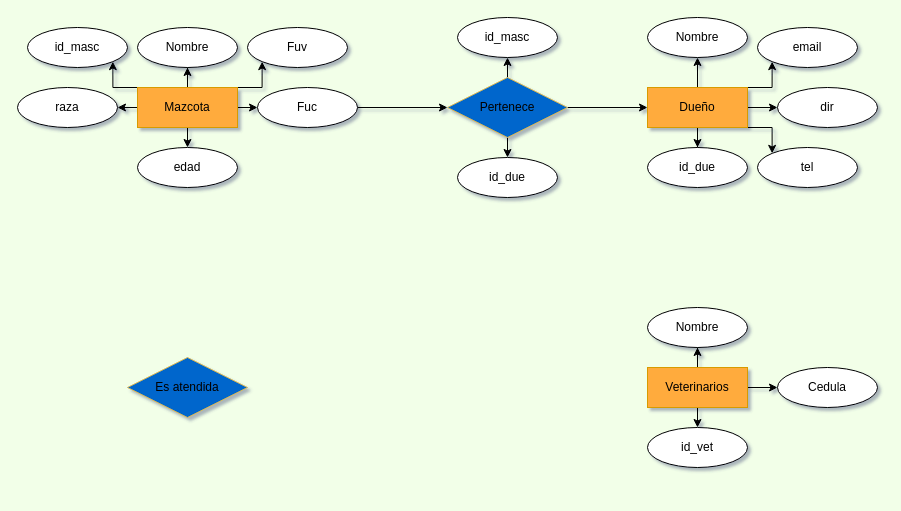
Before: Veterinaria.drawio in SeRaTo12/SeRaTo12, a draw.io diagram. Source tidied: cells renumbered, new cells numbered last; positions are measured from the earlier drawing's top-left corner, leaving out a move shared by most shapes. Both pictures are drawn from the tidied source at 100%, with x=0, y=0 at pixel (17, 17).
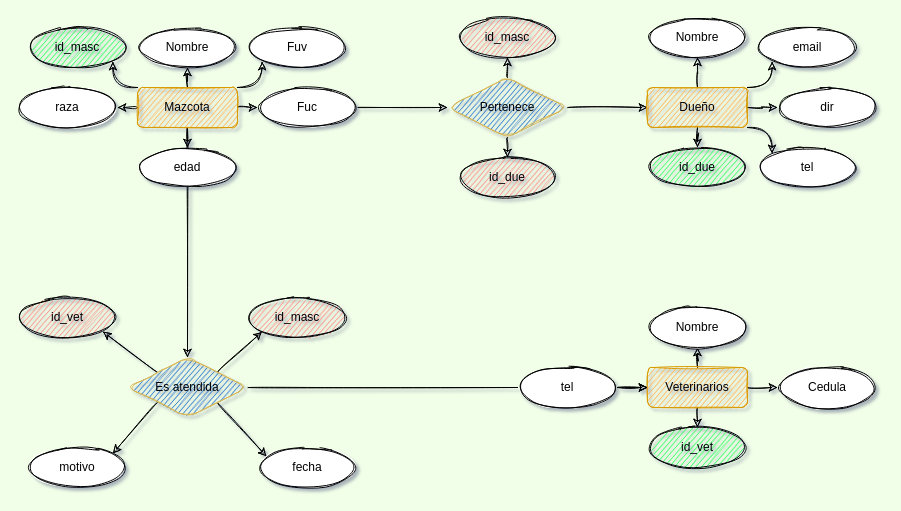
The same page after the edit.

The edit, as a diff of the source:
```diff
@@
-    <mxCell id="2" style="edgeStyle=orthogonalEdgeStyle;rounded=0;jettySize=auto;html=1;exitX=0.5;exitY=0;exitDx=0;exitDy=0;" parent="1" edge="1" source="8" target="12">
+    <mxCell id="2" style="edgeStyle=orthogonalEdgeStyle;rounded=1;jettySize=auto;html=1;exitX=0.5;exitY=0;exitDx=0;exitDy=0;sketch=1;curved=1;" parent="1" edge="1" source="8" target="12">
       <mxGeometry relative="1" as="geometry" />
     </mxCell>
-    <mxCell id="3" style="edgeStyle=orthogonalEdgeStyle;rounded=0;jettySize=auto;html=1;exitX=0;exitY=0;exitDx=0;exitDy=0;entryX=1;entryY=1;entryDx=0;entryDy=0;" parent="1" edge="1" source="8" target="9">
+    <mxCell id="3" style="edgeStyle=orthogonalEdgeStyle;rounded=1;jettySize=auto;html=1;exitX=0;exitY=0;exitDx=0;exitDy=0;entryX=1;entryY=1;entryDx=0;entryDy=0;sketch=1;curved=1;" parent="1" edge="1" source="8" target="9">
       <mxGeometry relative="1" as="geometry" />
     </mxCell>
-    <mxCell id="4" style="edgeStyle=orthogonalEdgeStyle;rounded=0;jettySize=auto;html=1;exitX=0;exitY=0.5;exitDx=0;exitDy=0;entryX=1;entryY=0.5;entryDx=0;entryDy=0;" parent="1" edge="1" source="8" target="10">
+    <mxCell id="4" style="edgeStyle=orthogonalEdgeStyle;rounded=1;jettySize=auto;html=1;exitX=0;exitY=0.5;exitDx=0;exitDy=0;entryX=1;entryY=0.5;entryDx=0;entryDy=0;sketch=1;curved=1;" parent="1" edge="1" source="8" target="10">
       <mxGeometry relative="1" as="geometry" />
     </mxCell>
-    <mxCell id="5" style="edgeStyle=orthogonalEdgeStyle;rounded=0;jettySize=auto;html=1;exitX=1;exitY=0.5;exitDx=0;exitDy=0;entryX=0;entryY=0.5;entryDx=0;entryDy=0;" parent="1" edge="1" source="8" target="15">
+    <mxCell id="5" style="edgeStyle=orthogonalEdgeStyle;rounded=1;jettySize=auto;html=1;exitX=1;exitY=0.5;exitDx=0;exitDy=0;entryX=0;entryY=0.5;entryDx=0;entryDy=0;sketch=1;curved=1;" parent="1" edge="1" source="8" target="15">
       <mxGeometry relative="1" as="geometry" />
     </mxCell>
-    <mxCell id="6" style="edgeStyle=orthogonalEdgeStyle;rounded=0;jettySize=auto;html=1;exitX=1;exitY=0;exitDx=0;exitDy=0;entryX=0;entryY=1;entryDx=0;entryDy=0;" parent="1" edge="1" source="8" target="13">
+    <mxCell id="6" style="edgeStyle=orthogonalEdgeStyle;rounded=1;jettySize=auto;html=1;exitX=1;exitY=0;exitDx=0;exitDy=0;entryX=0;entryY=1;entryDx=0;entryDy=0;sketch=1;curved=1;" parent="1" edge="1" source="8" target="13">
       <mxGeometry relative="1" as="geometry" />
     </mxCell>
-    <mxCell id="7" style="edgeStyle=orthogonalEdgeStyle;rounded=0;jettySize=auto;html=1;exitX=0.5;exitY=1;exitDx=0;exitDy=0;entryX=0.5;entryY=0;entryDx=0;entryDy=0;" parent="1" edge="1" source="8" target="11">
+    <mxCell id="7" style="edgeStyle=orthogonalEdgeStyle;rounded=1;jettySize=auto;html=1;exitX=0.5;exitY=1;exitDx=0;exitDy=0;entryX=0.5;entryY=0;entryDx=0;entryDy=0;sketch=1;curved=1;" parent="1" edge="1" source="8" target="11">
       <mxGeometry relative="1" as="geometry" />
     </mxCell>
+    <mxCell id="41" style="edgeStyle=none;rounded=1;jettySize=auto;html=1;exitX=0.5;exitY=1;exitDx=0;exitDy=0;sketch=1;curved=1;" parent="1" edge="1" source="8" target="40">
+      <mxGeometry relative="1" as="geometry" />
+    </mxCell>
-    <mxCell id="8" value="Mazcota" style="whiteSpace=wrap;html=1;align=center;fillColor=#FFAB3D;strokeColor=#d79b00;" parent="1" vertex="1">
+    <mxCell id="8" value="Mazcota" style="whiteSpace=wrap;html=1;align=center;fillColor=#FFAB3D;strokeColor=#d79b00;sketch=1;rounded=1;" parent="1" vertex="1">
       <mxGeometry x="120" y="70" width="100" height="40" as="geometry" />
     </mxCell>
-    <mxCell id="9" value="id_masc" style="ellipse;whiteSpace=wrap;html=1;align=center;" parent="1" vertex="1">
+    <mxCell id="9" value="id_masc" style="ellipse;whiteSpace=wrap;html=1;align=center;sketch=1;rounded=1;fillColor=#12FF51;" parent="1" vertex="1">
       <mxGeometry x="10" y="10" width="100" height="40" as="geometry" />
     </mxCell>
-    <mxCell id="10" value="raza" style="ellipse;whiteSpace=wrap;html=1;align=center;" parent="1" vertex="1">
+    <mxCell id="10" value="raza" style="ellipse;whiteSpace=wrap;html=1;align=center;sketch=1;rounded=1;" parent="1" vertex="1">
       <mxGeometry y="70" width="100" height="40" as="geometry" />
     </mxCell>
-    <mxCell id="11" value="edad" style="ellipse;whiteSpace=wrap;html=1;align=center;" parent="1" vertex="1">
+    <mxCell id="11" value="edad" style="ellipse;whiteSpace=wrap;html=1;align=center;sketch=1;rounded=1;" parent="1" vertex="1">
       <mxGeometry x="120" y="130" width="100" height="40" as="geometry" />
     </mxCell>
-    <mxCell id="12" value="Nombre" style="ellipse;whiteSpace=wrap;html=1;align=center;" parent="1" vertex="1">
+    <mxCell id="12" value="Nombre" style="ellipse;whiteSpace=wrap;html=1;align=center;sketch=1;rounded=1;" parent="1" vertex="1">
       <mxGeometry x="120" y="10" width="100" height="40" as="geometry" />
     </mxCell>
-    <mxCell id="13" value="Fuv" style="ellipse;whiteSpace=wrap;html=1;align=center;" parent="1" vertex="1">
+    <mxCell id="13" value="Fuv" style="ellipse;whiteSpace=wrap;html=1;align=center;sketch=1;rounded=1;" parent="1" vertex="1">
       <mxGeometry x="230" y="10" width="100" height="40" as="geometry" />
     </mxCell>
-    <mxCell id="14" style="edgeStyle=none;rounded=0;jettySize=auto;html=1;exitX=1;exitY=0.5;exitDx=0;exitDy=0;entryX=0;entryY=0.5;entryDx=0;entryDy=0;" parent="1" edge="1" source="15" target="19">
+    <mxCell id="14" style="edgeStyle=none;rounded=1;jettySize=auto;html=1;exitX=1;exitY=0.5;exitDx=0;exitDy=0;entryX=0;entryY=0.5;entryDx=0;entryDy=0;sketch=1;curved=1;" parent="1" edge="1" source="15" target="19">
       <mxGeometry relative="1" as="geometry" />
     </mxCell>
-    <mxCell id="15" value="Fuc" style="ellipse;whiteSpace=wrap;html=1;align=center;" parent="1" vertex="1">
+    <mxCell id="15" value="Fuc" style="ellipse;whiteSpace=wrap;html=1;align=center;sketch=1;rounded=1;" parent="1" vertex="1">
       <mxGeometry x="240" y="70" width="100" height="40" as="geometry" />
     </mxCell>
-    <mxCell id="16" style="edgeStyle=none;rounded=0;jettySize=auto;html=1;exitX=1;exitY=0.5;exitDx=0;exitDy=0;entryX=0;entryY=0.5;entryDx=0;entryDy=0;" parent="1" edge="1" source="19" target="25">
+    <mxCell id="16" style="edgeStyle=none;rounded=1;jettySize=auto;html=1;exitX=1;exitY=0.5;exitDx=0;exitDy=0;entryX=0;entryY=0.5;entryDx=0;entryDy=0;sketch=1;curved=1;" parent="1" edge="1" source="19" target="25">
       <mxGeometry relative="1" as="geometry" />
     </mxCell>
-    <mxCell id="17" style="edgeStyle=none;rounded=0;jettySize=auto;html=1;exitX=0.5;exitY=0;exitDx=0;exitDy=0;entryX=0.5;entryY=1;entryDx=0;entryDy=0;" parent="1" edge="1" source="19" target="31">
+    <mxCell id="17" style="edgeStyle=none;rounded=1;jettySize=auto;html=1;exitX=0.5;exitY=0;exitDx=0;exitDy=0;entryX=0.5;entryY=1;entryDx=0;entryDy=0;sketch=1;curved=1;" parent="1" edge="1" source="19" target="31">
       <mxGeometry relative="1" as="geometry" />
     </mxCell>
-    <mxCell id="18" style="edgeStyle=none;rounded=0;jettySize=auto;html=1;exitX=0.5;exitY=1;exitDx=0;exitDy=0;entryX=0.5;entryY=0;entryDx=0;entryDy=0;" parent="1" edge="1" source="19" target="32">
+    <mxCell id="18" style="edgeStyle=none;rounded=1;jettySize=auto;html=1;exitX=0.5;exitY=1;exitDx=0;exitDy=0;entryX=0.5;entryY=0;entryDx=0;entryDy=0;sketch=1;curved=1;" parent="1" edge="1" source="19" target="32">
       <mxGeometry relative="1" as="geometry" />
     </mxCell>
-    <mxCell id="19" value="Pertenece" style="shape=rhombus;perimeter=rhombusPerimeter;whiteSpace=wrap;html=1;align=center;fillColor=#0066CC;strokeColor=#d6b656;" parent="1" vertex="1">
+    <mxCell id="19" value="Pertenece" style="shape=rhombus;perimeter=rhombusPerimeter;whiteSpace=wrap;html=1;align=center;fillColor=#0066CC;strokeColor=#d6b656;sketch=1;rounded=1;" parent="1" vertex="1">
       <mxGeometry x="430" y="60" width="120" height="60" as="geometry" />
     </mxCell>
-    <mxCell id="20" style="edgeStyle=orthogonalEdgeStyle;rounded=0;jettySize=auto;html=1;exitX=0.5;exitY=0;exitDx=0;exitDy=0;" parent="1" edge="1" source="25" target="29">
+    <mxCell id="20" style="edgeStyle=orthogonalEdgeStyle;rounded=1;jettySize=auto;html=1;exitX=0.5;exitY=0;exitDx=0;exitDy=0;sketch=1;curved=1;" parent="1" edge="1" source="25" target="29">
       <mxGeometry relative="1" as="geometry" />
     </mxCell>
-    <mxCell id="21" style="edgeStyle=orthogonalEdgeStyle;rounded=0;jettySize=auto;html=1;exitX=1;exitY=0;exitDx=0;exitDy=0;entryX=0;entryY=1;entryDx=0;entryDy=0;" parent="1" edge="1" source="25" target="30">
+    <mxCell id="21" style="edgeStyle=orthogonalEdgeStyle;rounded=1;jettySize=auto;html=1;exitX=1;exitY=0;exitDx=0;exitDy=0;entryX=0;entryY=1;entryDx=0;entryDy=0;sketch=1;curved=1;" parent="1" edge="1" source="25" target="30">
       <mxGeometry relative="1" as="geometry" />
     </mxCell>
-    <mxCell id="22" style="edgeStyle=orthogonalEdgeStyle;rounded=0;jettySize=auto;html=1;entryX=0;entryY=0.5;entryDx=0;entryDy=0;" parent="1" edge="1" source="25" target="27">
+    <mxCell id="22" style="edgeStyle=orthogonalEdgeStyle;rounded=1;jettySize=auto;html=1;entryX=0;entryY=0.5;entryDx=0;entryDy=0;sketch=1;curved=1;" parent="1" edge="1" source="25" target="27">
       <mxGeometry relative="1" as="geometry" />
     </mxCell>
-    <mxCell id="23" style="edgeStyle=orthogonalEdgeStyle;rounded=0;jettySize=auto;html=1;exitX=1;exitY=1;exitDx=0;exitDy=0;entryX=0;entryY=0;entryDx=0;entryDy=0;" parent="1" edge="1" source="25" target="28">
+    <mxCell id="23" style="edgeStyle=orthogonalEdgeStyle;rounded=1;jettySize=auto;html=1;exitX=1;exitY=1;exitDx=0;exitDy=0;entryX=0;entryY=0;entryDx=0;entryDy=0;sketch=1;curved=1;" parent="1" edge="1" source="25" target="28">
       <mxGeometry relative="1" as="geometry" />
     </mxCell>
-    <mxCell id="24" style="edgeStyle=orthogonalEdgeStyle;rounded=0;jettySize=auto;html=1;entryX=0.5;entryY=0;entryDx=0;entryDy=0;" parent="1" edge="1" source="25" target="26">
+    <mxCell id="24" style="edgeStyle=orthogonalEdgeStyle;rounded=1;jettySize=auto;html=1;entryX=0.5;entryY=0;entryDx=0;entryDy=0;sketch=1;curved=1;" parent="1" edge="1" source="25" target="26">
       <mxGeometry relative="1" as="geometry" />
     </mxCell>
-    <mxCell id="25" value="Dueño" style="whiteSpace=wrap;html=1;align=center;fillColor=#FFAB3D;strokeColor=#d79b00;" parent="1" vertex="1">
+    <mxCell id="25" value="Dueño" style="whiteSpace=wrap;html=1;align=center;fillColor=#FFAB3D;strokeColor=#d79b00;sketch=1;rounded=1;" parent="1" vertex="1">
       <mxGeometry x="630" y="70" width="100" height="40" as="geometry" />
     </mxCell>
-    <mxCell id="26" value="id_due" style="ellipse;whiteSpace=wrap;html=1;align=center;" parent="1" vertex="1">
+    <mxCell id="26" value="id_due" style="ellipse;whiteSpace=wrap;html=1;align=center;sketch=1;rounded=1;fillColor=#12FF51;" parent="1" vertex="1">
       <mxGeometry x="630" y="130" width="100" height="40" as="geometry" />
     </mxCell>
-    <mxCell id="27" value="dir" style="ellipse;whiteSpace=wrap;html=1;align=center;" parent="1" vertex="1">
+    <mxCell id="27" value="dir" style="ellipse;whiteSpace=wrap;html=1;align=center;sketch=1;rounded=1;" parent="1" vertex="1">
       <mxGeometry x="760" y="70" width="100" height="40" as="geometry" />
     </mxCell>
-    <mxCell id="28" value="tel" style="ellipse;whiteSpace=wrap;html=1;align=center;" parent="1" vertex="1">
+    <mxCell id="28" value="tel" style="ellipse;whiteSpace=wrap;html=1;align=center;sketch=1;rounded=1;" parent="1" vertex="1">
       <mxGeometry x="740" y="130" width="100" height="40" as="geometry" />
     </mxCell>
-    <mxCell id="29" value="Nombre" style="ellipse;whiteSpace=wrap;html=1;align=center;" parent="1" vertex="1">
+    <mxCell id="29" value="Nombre" style="ellipse;whiteSpace=wrap;html=1;align=center;sketch=1;rounded=1;" parent="1" vertex="1">
       <mxGeometry x="630" width="100" height="40" as="geometry" />
     </mxCell>
-    <mxCell id="30" value="email" style="ellipse;whiteSpace=wrap;html=1;align=center;" parent="1" vertex="1">
+    <mxCell id="30" value="email" style="ellipse;whiteSpace=wrap;html=1;align=center;sketch=1;rounded=1;" parent="1" vertex="1">
       <mxGeometry x="740" y="10" width="100" height="40" as="geometry" />
     </mxCell>
-    <mxCell id="31" value="id_masc" style="ellipse;whiteSpace=wrap;html=1;align=center;" parent="1" vertex="1">
+    <mxCell id="31" value="id_masc" style="ellipse;whiteSpace=wrap;html=1;align=center;sketch=1;rounded=1;fillColor=#FF7F7A;" parent="1" vertex="1">
       <mxGeometry x="440" width="100" height="40" as="geometry" />
     </mxCell>
-    <mxCell id="32" value="id_due" style="ellipse;whiteSpace=wrap;html=1;align=center;" parent="1" vertex="1">
+    <mxCell id="32" value="id_due" style="ellipse;whiteSpace=wrap;html=1;align=center;sketch=1;rounded=1;fillColor=#FF7F7A;" parent="1" vertex="1">
       <mxGeometry x="440" y="140" width="100" height="40" as="geometry" />
     </mxCell>
-    <mxCell id="33" style="edgeStyle=orthogonalEdgeStyle;rounded=0;jettySize=auto;html=1;exitX=0.5;exitY=0;exitDx=0;exitDy=0;" parent="1" edge="1" source="36" target="38">
+    <mxCell id="33" style="edgeStyle=orthogonalEdgeStyle;rounded=1;jettySize=auto;html=1;exitX=0.5;exitY=0;exitDx=0;exitDy=0;sketch=1;curved=1;" parent="1" edge="1" source="36" target="38">
       <mxGeometry relative="1" as="geometry" />
     </mxCell>
-    <mxCell id="34" style="edgeStyle=none;rounded=0;jettySize=auto;html=1;exitX=1;exitY=0.5;exitDx=0;exitDy=0;entryX=0;entryY=0.5;entryDx=0;entryDy=0;" parent="1" edge="1" source="36" target="39">
+    <mxCell id="34" style="edgeStyle=none;rounded=1;jettySize=auto;html=1;exitX=1;exitY=0.5;exitDx=0;exitDy=0;entryX=0;entryY=0.5;entryDx=0;entryDy=0;sketch=1;curved=1;" parent="1" edge="1" source="36" target="39">
       <mxGeometry relative="1" as="geometry" />
     </mxCell>
-    <mxCell id="35" style="edgeStyle=none;rounded=0;jettySize=auto;html=1;exitX=0.5;exitY=1;exitDx=0;exitDy=0;entryX=0.5;entryY=0;entryDx=0;entryDy=0;" parent="1" edge="1" source="36" target="37">
+    <mxCell id="35" style="edgeStyle=none;rounded=1;jettySize=auto;html=1;exitX=0.5;exitY=1;exitDx=0;exitDy=0;entryX=0.5;entryY=0;entryDx=0;entryDy=0;sketch=1;curved=1;" parent="1" edge="1" source="36" target="37">
       <mxGeometry relative="1" as="geometry" />
     </mxCell>
-    <mxCell id="36" value="Veterinarios" style="whiteSpace=wrap;html=1;align=center;fillColor=#FFAB3D;strokeColor=#d79b00;" parent="1" vertex="1">
+    <mxCell id="36" value="Veterinarios" style="whiteSpace=wrap;html=1;align=center;fillColor=#FFAB3D;strokeColor=#d79b00;sketch=1;rounded=1;" parent="1" vertex="1">
       <mxGeometry x="630" y="350" width="100" height="40" as="geometry" />
     </mxCell>
-    <mxCell id="37" value="id_vet" style="ellipse;whiteSpace=wrap;html=1;align=center;" parent="1" vertex="1">
+    <mxCell id="37" value="id_vet" style="ellipse;whiteSpace=wrap;html=1;align=center;sketch=1;rounded=1;fillColor=#12FF51;" parent="1" vertex="1">
       <mxGeometry x="630" y="410" width="100" height="40" as="geometry" />
     </mxCell>
-    <mxCell id="38" value="Nombre" style="ellipse;whiteSpace=wrap;html=1;align=center;" parent="1" vertex="1">
+    <mxCell id="38" value="Nombre" style="ellipse;whiteSpace=wrap;html=1;align=center;sketch=1;rounded=1;" parent="1" vertex="1">
       <mxGeometry x="630" y="290" width="100" height="40" as="geometry" />
     </mxCell>
-    <mxCell id="39" value="Cedula" style="ellipse;whiteSpace=wrap;html=1;align=center;" parent="1" vertex="1">
+    <mxCell id="39" value="Cedula" style="ellipse;whiteSpace=wrap;html=1;align=center;sketch=1;rounded=1;" parent="1" vertex="1">
       <mxGeometry x="760" y="350" width="100" height="40" as="geometry" />
     </mxCell>
+    <mxCell id="42" style="edgeStyle=none;rounded=1;jettySize=auto;html=1;exitX=0;exitY=0;exitDx=0;exitDy=0;entryX=1;entryY=1;entryDx=0;entryDy=0;sketch=1;curved=1;" parent="1" edge="1" source="40" target="48">
+      <mxGeometry relative="1" as="geometry" />
+    </mxCell>
+    <mxCell id="43" style="edgeStyle=none;rounded=1;jettySize=auto;html=1;exitX=1;exitY=0;exitDx=0;exitDy=0;entryX=0;entryY=1;entryDx=0;entryDy=0;sketch=1;curved=1;" parent="1" edge="1" source="40" target="47">
+      <mxGeometry relative="1" as="geometry" />
+    </mxCell>
+    <mxCell id="44" style="edgeStyle=none;rounded=1;jettySize=auto;html=1;exitX=1;exitY=1;exitDx=0;exitDy=0;entryX=0.09;entryY=0.225;entryDx=0;entryDy=0;entryPerimeter=0;sketch=1;curved=1;" parent="1" edge="1" source="40" target="49">
+      <mxGeometry relative="1" as="geometry" />
+    </mxCell>
+    <mxCell id="45" style="edgeStyle=none;rounded=1;jettySize=auto;html=1;exitX=0;exitY=1;exitDx=0;exitDy=0;entryX=1;entryY=0;entryDx=0;entryDy=0;sketch=1;curved=1;" parent="1" edge="1" source="40" target="50">
+      <mxGeometry relative="1" as="geometry" />
+    </mxCell>
+    <mxCell id="46" style="edgeStyle=none;rounded=1;jettySize=auto;html=1;exitX=1;exitY=0.5;exitDx=0;exitDy=0;entryX=0;entryY=0.5;entryDx=0;entryDy=0;startArrow=none;sketch=1;curved=1;" parent="1" edge="1" source="52" target="36">
+      <mxGeometry relative="1" as="geometry" />
+    </mxCell>
-    <mxCell id="40" value="Es atendida" style="shape=rhombus;perimeter=rhombusPerimeter;whiteSpace=wrap;html=1;align=center;fillColor=#0066CC;strokeColor=#d6b656;" parent="1" vertex="1">
+    <mxCell id="40" value="Es atendida" style="shape=rhombus;perimeter=rhombusPerimeter;whiteSpace=wrap;html=1;align=center;fillColor=#0066CC;strokeColor=#d6b656;sketch=1;rounded=1;" parent="1" vertex="1">
       <mxGeometry x="110" y="340" width="120" height="60" as="geometry" />
     </mxCell>
+    <mxCell id="47" value="id_masc" style="ellipse;whiteSpace=wrap;html=1;align=center;sketch=1;rounded=1;fillColor=#FF7F7A;" parent="1" vertex="1">
+      <mxGeometry x="230" y="280" width="100" height="40" as="geometry" />
+    </mxCell>
+    <mxCell id="48" value="id_vet" style="ellipse;whiteSpace=wrap;html=1;align=center;sketch=1;rounded=1;fillColor=#FF7F7A;" parent="1" vertex="1">
+      <mxGeometry y="280" width="100" height="40" as="geometry" />
+    </mxCell>
+    <mxCell id="49" value="fecha" style="ellipse;whiteSpace=wrap;html=1;align=center;sketch=1;rounded=1;" parent="1" vertex="1">
+      <mxGeometry x="240" y="430" width="100" height="40" as="geometry" />
+    </mxCell>
+    <mxCell id="50" value="motivo" style="ellipse;whiteSpace=wrap;html=1;align=center;sketch=1;rounded=1;" parent="1" vertex="1">
+      <mxGeometry x="10" y="430" width="100" height="40" as="geometry" />
+    </mxCell>
+    <mxCell id="51" style="edgeStyle=none;rounded=1;jettySize=auto;html=1;exitX=1;exitY=0.5;exitDx=0;exitDy=0;sketch=1;curved=1;" parent="1" edge="1" source="52">
+      <mxGeometry relative="1" as="geometry">
+        <mxPoint x="630" y="370" as="targetPoint" />
+      </mxGeometry>
+    </mxCell>
+    <mxCell id="52" value="tel" style="ellipse;whiteSpace=wrap;html=1;align=center;sketch=1;rounded=1;" parent="1" vertex="1">
+      <mxGeometry x="500" y="350" width="100" height="40" as="geometry" />
+    </mxCell>
+    <mxCell id="53" style="edgeStyle=none;rounded=1;jettySize=auto;html=1;exitX=1;exitY=0.5;exitDx=0;exitDy=0;entryX=0;entryY=0.5;entryDx=0;entryDy=0;endArrow=none;sketch=1;curved=1;" parent="1" edge="1" source="40" target="52">
+      <mxGeometry relative="1" as="geometry" />
+    </mxCell>
```
